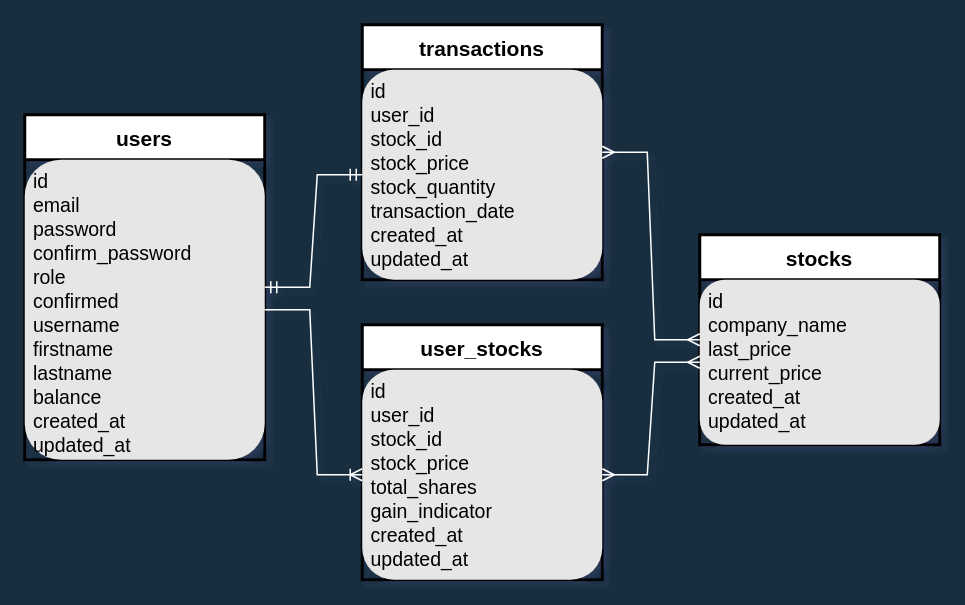
Earlier version of the draw.io diagram ERD.drawio (macarron001/rails-stock-trading-api). Source tidied: cells renumbered, new cells numbered last; positions are measured from the earlier drawing's top-left corner, leaving out a move shared by most shapes. Both pictures are drawn from the tidied source at 150%, with x=0, y=0 at pixel (24, 24).
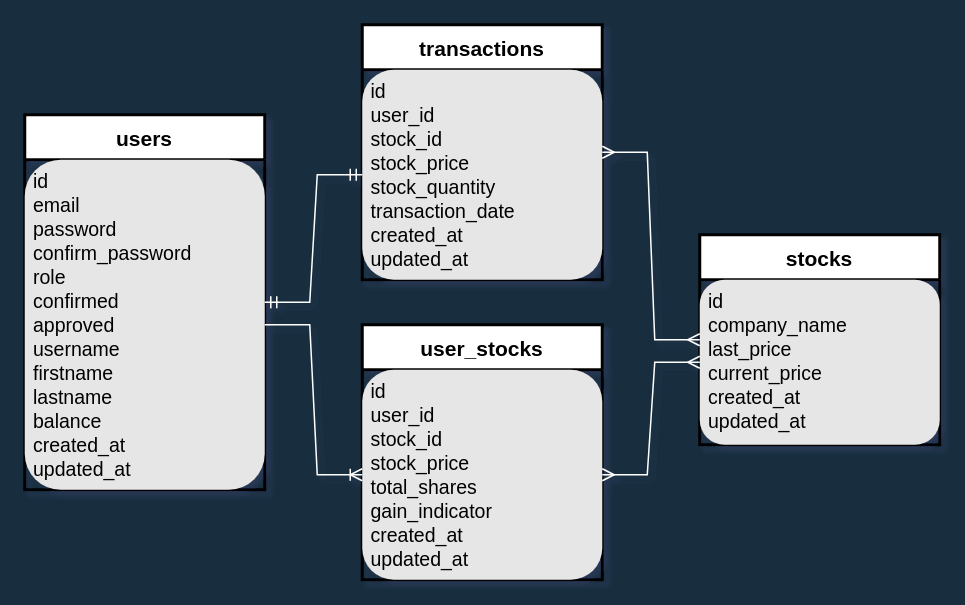
The same page after the edit.

Commit message:
added approval attribute

The edit, as a diff of the source:
```diff
@@
 <mxGraphModel background="#182E3E" shadow="1">
   <root>
     <mxCell id="0" />
     <mxCell id="1" parent="0" />
     <mxCell id="2" value="users" style="swimlane;horizontal=1;startSize=30;rounded=0;fontSize=14;fontStyle=1;strokeWidth=2;shadow=0;dashed=0;align=center;fontColor=#000000;fillColor=#FFFFFF;" parent="1" vertex="1">
-      <mxGeometry y="60" width="160" height="230" as="geometry" />
+      <mxGeometry y="60" width="160" height="250" as="geometry" />
     </mxCell>
-    <mxCell id="3" value="id&#10;email&#10;password&#10;confirm_password&#10;role&#10;confirmed&#10;username&#10;firstname&#10;lastname&#10;balance&#10;created_at&#10;updated_at" style="align=left;strokeColor=none;fillColor=#E6E6E6;spacingLeft=4;fontSize=13;verticalAlign=top;rounded=1;fontColor=#000000;glass=0;shadow=0;" parent="2" vertex="1">
-      <mxGeometry y="30" width="160" height="200" as="geometry" />
+    <mxCell id="3" value="id&#10;email&#10;password&#10;confirm_password&#10;role&#10;confirmed&#10;approved&#10;username&#10;firstname&#10;lastname&#10;balance&#10;created_at&#10;updated_at" style="align=left;strokeColor=none;fillColor=#E6E6E6;spacingLeft=4;fontSize=13;verticalAlign=top;rounded=1;fontColor=#000000;glass=0;shadow=0;" parent="2" vertex="1">
+      <mxGeometry y="30" width="160" height="220" as="geometry" />
     </mxCell>
     <mxCell id="4" value="user_stocks" style="swimlane;horizontal=1;startSize=30;rounded=0;fontSize=14;fontStyle=1;strokeWidth=2;shadow=0;dashed=0;align=center;fontColor=#000000;fillColor=#FFFFFF;" parent="1" vertex="1">
       <mxGeometry x="225" y="200" width="160" height="170" as="geometry" />
     </mxCell>
     <mxCell id="5" value="id&#10;user_id&#10;stock_id&#10;stock_price&#10;total_shares&#10;gain_indicator&#10;created_at&#10;updated_at" style="align=left;strokeColor=none;fillColor=#E6E6E6;spacingLeft=4;fontSize=13;verticalAlign=top;rounded=1;fontColor=#000000;glass=0;shadow=0;" parent="4" vertex="1">
       <mxGeometry y="30" width="160" height="140" as="geometry" />
     </mxCell>
     <mxCell id="6" value="stocks" style="swimlane;horizontal=1;startSize=30;rounded=0;fontSize=14;fontStyle=1;strokeWidth=2;shadow=0;dashed=0;align=center;fontColor=#000000;fillColor=#FFFFFF;" parent="1" vertex="1">
       <mxGeometry x="450" y="140" width="160" height="140" as="geometry" />
     </mxCell>
     <mxCell id="7" value="id&#10;company_name&#10;last_price&#10;current_price&#10;created_at&#10;updated_at" style="align=left;strokeColor=none;fillColor=#E6E6E6;spacingLeft=4;fontSize=13;verticalAlign=top;rounded=1;fontColor=#000000;glass=0;shadow=0;" parent="6" vertex="1">
       <mxGeometry y="30" width="160" height="110" as="geometry" />
     </mxCell>
     <mxCell id="8" value="transactions" style="swimlane;horizontal=1;startSize=30;rounded=0;fontSize=14;fontStyle=1;strokeWidth=2;shadow=0;dashed=0;align=center;fontColor=#000000;fillColor=#FFFFFF;" parent="1" vertex="1">
       <mxGeometry x="225" width="160" height="170" as="geometry" />
     </mxCell>
     <mxCell id="9" value="id&#10;user_id&#10;stock_id&#10;stock_price&#10;stock_quantity&#10;transaction_date&#10;created_at&#10;updated_at" style="align=left;strokeColor=none;fillColor=#E6E6E6;spacingLeft=4;fontSize=13;verticalAlign=top;rounded=1;fontColor=#000000;glass=0;shadow=0;" parent="8" vertex="1">
       <mxGeometry y="30" width="160" height="140" as="geometry" />
     </mxCell>
     <mxCell id="10" style="edgeStyle=entityRelationEdgeStyle;fontSize=12;html=1;endArrow=ERoneToMany;rounded=0;strokeColor=#FFFFFF;" parent="1" edge="1" source="3" target="5">
       <mxGeometry relative="1" as="geometry" />
     </mxCell>
     <mxCell id="11" style="edgeStyle=entityRelationEdgeStyle;fontSize=12;html=1;endArrow=ERmany;startArrow=ERmany;rounded=0;strokeColor=#FFFFFF;" parent="1" edge="1" source="5" target="7">
       <mxGeometry relative="1" as="geometry" />
     </mxCell>
     <mxCell id="12" style="edgeStyle=entityRelationEdgeStyle;fontSize=12;html=1;endArrow=ERmandOne;startArrow=ERmandOne;rounded=0;strokeColor=#FFFFFF;" parent="1" edge="1" source="2" target="9">
       <mxGeometry relative="1" as="geometry" />
     </mxCell>
     <mxCell id="13" style="edgeStyle=entityRelationEdgeStyle;fontSize=12;html=1;endArrow=ERmany;startArrow=ERmany;rounded=0;strokeColor=#FFFFFF;" parent="1" edge="1" source="8" target="6">
       <mxGeometry relative="1" as="geometry" />
     </mxCell>
   </root>
 </mxGraphModel>
```
